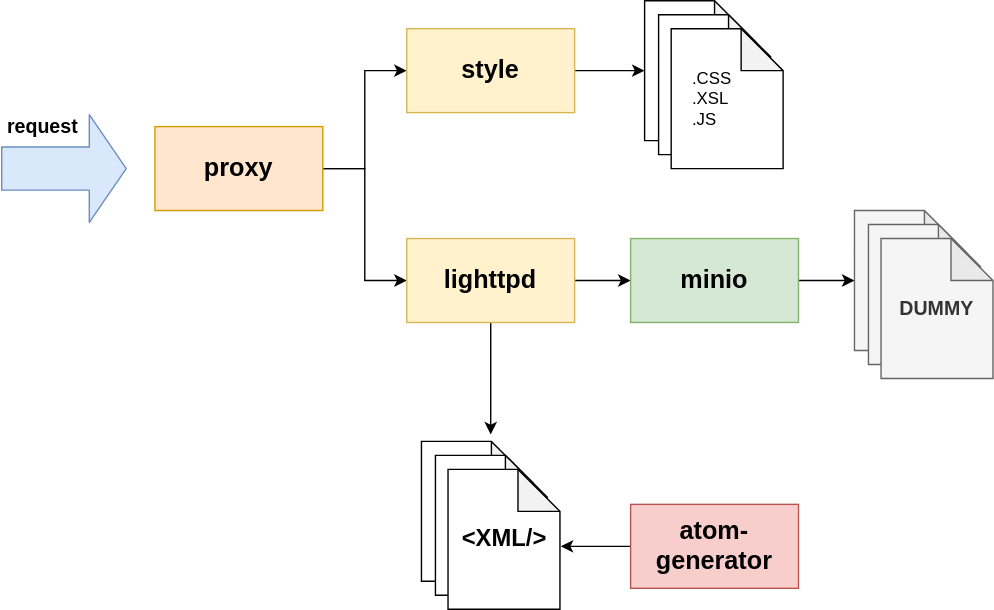
Before: example/images/diagram.svg, a diagram exported from draw.io (PDOK/atom-generator). Source tidied: cells renumbered, new cells last; positions are measured from the earlier drawing's top-left corner, leaving out a move shared by most shapes. Source of this version:
```xml
<mxGraphModel>
  <root>
    <mxCell id="0" />
    <mxCell id="1" parent="0" />
    <mxCell id="2" style="edgeStyle=orthogonalEdgeStyle;rounded=0;jettySize=auto;html=1;entryX=1.006;entryY=0.55;entryDx=0;entryDy=0;entryPerimeter=0;" parent="1" edge="1" source="3" target="25">
      <mxGeometry relative="1" as="geometry" />
    </mxCell>
    <mxCell id="3" value="atom-generator" style="rounded=0;whiteSpace=wrap;html=1;fontStyle=1;fontSize=18;fillColor=#f8cecc;strokeColor=#b85450;" parent="1" vertex="1">
      <mxGeometry x="450" y="360" width="120" height="60" as="geometry" />
    </mxCell>
    <mxCell id="4" style="edgeStyle=orthogonalEdgeStyle;rounded=0;jettySize=auto;html=1;entryX=0;entryY=0.5;entryDx=0;entryDy=0;" parent="1" edge="1" source="6" target="11">
      <mxGeometry relative="1" as="geometry" />
    </mxCell>
    <mxCell id="5" style="edgeStyle=orthogonalEdgeStyle;rounded=0;jettySize=auto;html=1;exitX=1;exitY=0.5;exitDx=0;exitDy=0;entryX=0;entryY=0.5;entryDx=0;entryDy=0;" parent="1" edge="1" source="6" target="9">
      <mxGeometry relative="1" as="geometry" />
    </mxCell>
    <mxCell id="6" value="proxy" style="rounded=0;whiteSpace=wrap;html=1;fontStyle=1;fontSize=18;fillColor=#ffe6cc;strokeColor=#d79b00;" parent="1" vertex="1">
      <mxGeometry x="110" y="90" width="120" height="60" as="geometry" />
    </mxCell>
    <mxCell id="7" style="edgeStyle=orthogonalEdgeStyle;rounded=0;jettySize=auto;html=1;exitX=1;exitY=0.5;exitDx=0;exitDy=0;entryX=0;entryY=0.5;entryDx=0;entryDy=0;" parent="1" edge="1" source="9" target="13">
      <mxGeometry relative="1" as="geometry" />
    </mxCell>
    <mxCell id="8" style="edgeStyle=orthogonalEdgeStyle;rounded=0;jettySize=auto;html=1;" parent="1" edge="1" source="9">
      <mxGeometry relative="1" as="geometry">
        <mxPoint x="350" y="310" as="targetPoint" />
      </mxGeometry>
    </mxCell>
    <mxCell id="9" value="lighttpd" style="rounded=0;whiteSpace=wrap;html=1;fontStyle=1;fontSize=18;fillColor=#fff2cc;strokeColor=#d6b656;" parent="1" vertex="1">
      <mxGeometry x="290" y="170" width="120" height="60" as="geometry" />
    </mxCell>
    <mxCell id="10" style="edgeStyle=orthogonalEdgeStyle;rounded=0;jettySize=auto;html=1;" parent="1" edge="1" source="11" target="15">
      <mxGeometry relative="1" as="geometry" />
    </mxCell>
    <mxCell id="11" value="style" style="rounded=0;whiteSpace=wrap;html=1;fontStyle=1;fontSize=18;fillColor=#fff2cc;strokeColor=#d6b656;" parent="1" vertex="1">
      <mxGeometry x="290" y="20" width="120" height="60" as="geometry" />
    </mxCell>
    <mxCell id="12" style="edgeStyle=orthogonalEdgeStyle;rounded=0;jettySize=auto;html=1;exitX=1;exitY=0.5;exitDx=0;exitDy=0;entryX=0;entryY=0.5;entryDx=0;entryDy=0;entryPerimeter=0;" parent="1" edge="1" source="13" target="19">
      <mxGeometry relative="1" as="geometry" />
    </mxCell>
    <mxCell id="13" value="minio" style="rounded=0;whiteSpace=wrap;html=1;fontStyle=1;fontSize=18;fillColor=#d5e8d4;strokeColor=#82b366;" parent="1" vertex="1">
      <mxGeometry x="450" y="170" width="120" height="60" as="geometry" />
    </mxCell>
    <mxCell id="14" style="group;" parent="1" vertex="1">
      <mxGeometry x="460" width="99" height="120" as="geometry" />
    </mxCell>
    <mxCell id="15" style="shape=note;whiteSpace=wrap;html=1;backgroundOutline=1;darkOpacity=0.05;" parent="14" vertex="1">
      <mxGeometry width="80" height="100" as="geometry" />
    </mxCell>
    <mxCell id="16" style="shape=note;whiteSpace=wrap;html=1;backgroundOutline=1;darkOpacity=0.05;" parent="14" vertex="1">
      <mxGeometry x="10" y="10" width="80" height="100" as="geometry" />
    </mxCell>
    <mxCell id="17" value="&amp;nbsp; &amp;nbsp; .CSS&lt;br&gt;&amp;nbsp; &amp;nbsp; .XSL&lt;br&gt;&amp;nbsp; &amp;nbsp; .JS" style="shape=note;whiteSpace=wrap;html=1;backgroundOutline=1;darkOpacity=0.05;align=left;" parent="14" vertex="1">
      <mxGeometry x="19" y="20" width="80" height="100" as="geometry" />
    </mxCell>
    <mxCell id="18" style="group;fontStyle=1;" parent="1" vertex="1">
      <mxGeometry x="610" y="150" width="99" height="120" as="geometry" />
    </mxCell>
    <mxCell id="19" style="shape=note;whiteSpace=wrap;html=1;backgroundOutline=1;darkOpacity=0.05;fillColor=#f5f5f5;strokeColor=#666666;fontColor=#333333;" parent="18" vertex="1">
      <mxGeometry width="80" height="100" as="geometry" />
    </mxCell>
    <mxCell id="20" style="shape=note;whiteSpace=wrap;html=1;backgroundOutline=1;darkOpacity=0.05;fillColor=#f5f5f5;strokeColor=#666666;fontColor=#333333;" parent="18" vertex="1">
      <mxGeometry x="10" y="10" width="80" height="100" as="geometry" />
    </mxCell>
    <mxCell id="21" value="DUMMY" style="shape=note;whiteSpace=wrap;html=1;backgroundOutline=1;darkOpacity=0.05;align=center;fillColor=#f5f5f5;strokeColor=#666666;fontColor=#333333;fontStyle=1;fontSize=14;" parent="18" vertex="1">
      <mxGeometry x="19" y="20" width="80" height="100" as="geometry" />
    </mxCell>
    <mxCell id="22" style="group;" parent="1" vertex="1">
      <mxGeometry x="300.5" y="315" width="99" height="120" as="geometry" />
    </mxCell>
    <mxCell id="23" style="shape=note;whiteSpace=wrap;html=1;backgroundOutline=1;darkOpacity=0.05;" parent="22" vertex="1">
      <mxGeometry width="80" height="100" as="geometry" />
    </mxCell>
    <mxCell id="24" style="shape=note;whiteSpace=wrap;html=1;backgroundOutline=1;darkOpacity=0.05;" parent="22" vertex="1">
      <mxGeometry x="10" y="10" width="80" height="100" as="geometry" />
    </mxCell>
    <mxCell id="25" value="&amp;lt;XML/&amp;gt;" style="shape=note;whiteSpace=wrap;html=1;backgroundOutline=1;darkOpacity=0.05;align=center;fontStyle=1;fontSize=17;" parent="22" vertex="1">
      <mxGeometry x="19" y="20" width="80" height="100" as="geometry" />
    </mxCell>
    <mxCell id="26" style="shape=flexArrow;endArrow=classic;html=1;endWidth=45.2;endSize=8.468;width=30.8;fontStyle=0;fontSize=18;fillColor=#dae8fc;strokeColor=#6c8ebf;labelBackgroundColor=none;" parent="1" edge="1">
      <mxGeometry relative="1" as="geometry">
        <mxPoint y="120" as="sourcePoint" />
        <mxPoint x="90" y="120" as="targetPoint" />
      </mxGeometry>
    </mxCell>
    <mxCell id="27" value="request" style="text;html=1;strokeColor=none;fillColor=none;align=center;verticalAlign=middle;whiteSpace=wrap;rounded=0;labelBackgroundColor=#FFFFFF;fontSize=14;fontStyle=1;" parent="1" vertex="1">
      <mxGeometry x="10" y="80" width="40" height="20" as="geometry" />
    </mxCell>
  </root>
</mxGraphModel>
```
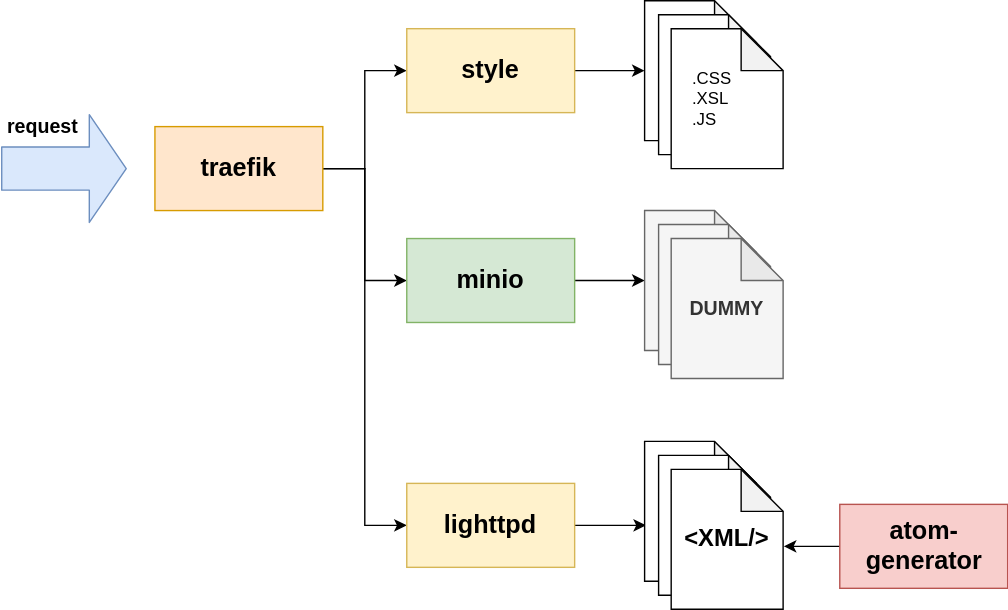
The same file after the commit.

Change to the diagram source:
```diff
@@ -6,7 +6,7 @@
       <mxGeometry relative="1" as="geometry" />
     </mxCell>
     <mxCell id="3" value="atom-generator" style="rounded=0;whiteSpace=wrap;html=1;fontStyle=1;fontSize=18;fillColor=#f8cecc;strokeColor=#b85450;" parent="1" vertex="1">
-      <mxGeometry x="450" y="360" width="120" height="60" as="geometry" />
+      <mxGeometry x="599.5" y="360" width="120" height="60" as="geometry" />
     </mxCell>
     <mxCell id="4" style="edgeStyle=orthogonalEdgeStyle;rounded=0;jettySize=auto;html=1;entryX=0;entryY=0.5;entryDx=0;entryDy=0;" parent="1" edge="1" source="6" target="11">
       <mxGeometry relative="1" as="geometry" />
@@ -14,19 +14,19 @@
     <mxCell id="5" style="edgeStyle=orthogonalEdgeStyle;rounded=0;jettySize=auto;html=1;exitX=1;exitY=0.5;exitDx=0;exitDy=0;entryX=0;entryY=0.5;entryDx=0;entryDy=0;" parent="1" edge="1" source="6" target="9">
       <mxGeometry relative="1" as="geometry" />
     </mxCell>
+    <mxCell id="28" style="edgeStyle=orthogonalEdgeStyle;rounded=0;jettySize=auto;html=1;exitX=1;exitY=0.5;exitDx=0;exitDy=0;entryX=0;entryY=0.5;entryDx=0;entryDy=0;" parent="1" edge="1" source="6" target="13">
+      <mxGeometry relative="1" as="geometry" />
+    </mxCell>
-    <mxCell id="6" value="proxy" style="rounded=0;whiteSpace=wrap;html=1;fontStyle=1;fontSize=18;fillColor=#ffe6cc;strokeColor=#d79b00;" parent="1" vertex="1">
+    <mxCell id="6" value="traefik" style="rounded=0;whiteSpace=wrap;html=1;fontStyle=1;fontSize=18;fillColor=#ffe6cc;strokeColor=#d79b00;" parent="1" vertex="1">
       <mxGeometry x="110" y="90" width="120" height="60" as="geometry" />
     </mxCell>
-    <mxCell id="7" style="edgeStyle=orthogonalEdgeStyle;rounded=0;jettySize=auto;html=1;exitX=1;exitY=0.5;exitDx=0;exitDy=0;entryX=0;entryY=0.5;entryDx=0;entryDy=0;" parent="1" edge="1" source="9" target="13">
-      <mxGeometry relative="1" as="geometry" />
+    <mxCell id="7" style="edgeStyle=orthogonalEdgeStyle;rounded=0;jettySize=auto;html=1;exitX=1;exitY=0.5;exitDx=0;exitDy=0;" parent="1" edge="1" source="9">
+      <mxGeometry relative="1" as="geometry">
+        <mxPoint x="461" y="375" as="targetPoint" />
+      </mxGeometry>
     </mxCell>
-    <mxCell id="8" style="edgeStyle=orthogonalEdgeStyle;rounded=0;jettySize=auto;html=1;" parent="1" edge="1" source="9">
-      <mxGeometry relative="1" as="geometry">
-        <mxPoint x="350" y="310" as="targetPoint" />
-      </mxGeometry>
-    </mxCell>
     <mxCell id="9" value="lighttpd" style="rounded=0;whiteSpace=wrap;html=1;fontStyle=1;fontSize=18;fillColor=#fff2cc;strokeColor=#d6b656;" parent="1" vertex="1">
-      <mxGeometry x="290" y="170" width="120" height="60" as="geometry" />
+      <mxGeometry x="290" y="345" width="120" height="60" as="geometry" />
     </mxCell>
     <mxCell id="10" style="edgeStyle=orthogonalEdgeStyle;rounded=0;jettySize=auto;html=1;" parent="1" edge="1" source="11" target="15">
       <mxGeometry relative="1" as="geometry" />
@@ -38,7 +38,7 @@
       <mxGeometry relative="1" as="geometry" />
     </mxCell>
     <mxCell id="13" value="minio" style="rounded=0;whiteSpace=wrap;html=1;fontStyle=1;fontSize=18;fillColor=#d5e8d4;strokeColor=#82b366;" parent="1" vertex="1">
-      <mxGeometry x="450" y="170" width="120" height="60" as="geometry" />
+      <mxGeometry x="290" y="170" width="120" height="60" as="geometry" />
     </mxCell>
     <mxCell id="14" style="group;" parent="1" vertex="1">
       <mxGeometry x="460" width="99" height="120" as="geometry" />
@@ -53,7 +53,7 @@
       <mxGeometry x="19" y="20" width="80" height="100" as="geometry" />
     </mxCell>
     <mxCell id="18" style="group;fontStyle=1;" parent="1" vertex="1">
-      <mxGeometry x="610" y="150" width="99" height="120" as="geometry" />
+      <mxGeometry x="460" y="150" width="99" height="120" as="geometry" />
     </mxCell>
     <mxCell id="19" style="shape=note;whiteSpace=wrap;html=1;backgroundOutline=1;darkOpacity=0.05;fillColor=#f5f5f5;strokeColor=#666666;fontColor=#333333;" parent="18" vertex="1">
       <mxGeometry width="80" height="100" as="geometry" />
@@ -65,7 +65,7 @@
       <mxGeometry x="19" y="20" width="80" height="100" as="geometry" />
     </mxCell>
     <mxCell id="22" style="group;" parent="1" vertex="1">
-      <mxGeometry x="300.5" y="315" width="99" height="120" as="geometry" />
+      <mxGeometry x="460" y="315" width="99" height="120" as="geometry" />
     </mxCell>
     <mxCell id="23" style="shape=note;whiteSpace=wrap;html=1;backgroundOutline=1;darkOpacity=0.05;" parent="22" vertex="1">
       <mxGeometry width="80" height="100" as="geometry" />
```
